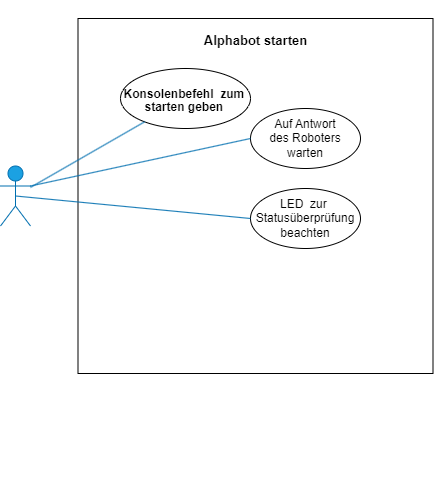
This is Documentation/requirements/images/use-case_1_Start.png from tBuddy00/Follow-Me-Roboter, a draw.io export, as it was before one commit. Source tidied: cells renumbered, new cells last; positions are measured from the earlier drawing's top-left corner, leaving out a move shared by most shapes. Source of this version:
```xml
<mxGraphModel>
  <root>
    <mxCell id="0" />
    <mxCell id="1" parent="0" />
    <mxCell id="2" style="whiteSpace=wrap;html=1;" parent="1" vertex="1">
      <mxGeometry x="77.5" width="355" height="355" as="geometry" />
    </mxCell>
    <mxCell id="3" value="Actor" style="shape=umlActor;verticalLabelPosition=bottom;verticalAlign=top;html=1;outlineConnect=0;fillColor=#1ba1e2;strokeColor=#006EAF;fontColor=#ffffff;gradientColor=none;" parent="1" vertex="1">
      <mxGeometry y="147.5" width="30" height="60" as="geometry" />
    </mxCell>
    <mxCell id="4" value="&lt;p style=&quot;line-height: 100%;&quot;&gt;&lt;font style=&quot;font-size: 13px;&quot;&gt;Alphabot starten&lt;/font&gt;&lt;/p&gt;" style="text;strokeColor=none;fillColor=none;html=1;fontSize=24;fontStyle=1;verticalAlign=middle;align=center;" parent="1" vertex="1">
      <mxGeometry x="220" y="10" width="70" height="20" as="geometry" />
    </mxCell>
    <mxCell id="5" style="ellipse;whiteSpace=wrap;html=1;" parent="1" vertex="1">
      <mxGeometry x="120" y="50" width="130" height="60" as="geometry" />
    </mxCell>
    <mxCell id="6" style="endArrow=none;html=1;rounded=0;fillColor=#1ba1e2;strokeColor=#006EAF;" parent="1" edge="1" source="3" target="5">
      <mxGeometry relative="1" as="geometry" />
    </mxCell>
    <mxCell id="7" value="&lt;p style=&quot;line-height: 30%;&quot;&gt;&lt;span style=&quot;font-size: 12px;&quot;&gt;Konsolenbefehl&amp;nbsp; zum&amp;nbsp;&lt;br&gt;starten geben&amp;nbsp;&lt;br&gt;&lt;/span&gt;&lt;/p&gt;" style="text;strokeColor=none;fillColor=none;html=1;fontSize=24;fontStyle=1;verticalAlign=middle;align=center;" parent="1" vertex="1">
      <mxGeometry x="130" y="60" width="110" height="40" as="geometry" />
    </mxCell>
    <mxCell id="8" style="ellipse;whiteSpace=wrap;html=1;" parent="1" vertex="1">
      <mxGeometry x="250" y="90" width="110" height="60" as="geometry" />
    </mxCell>
    <mxCell id="9" style="edgeStyle=orthogonalEdgeStyle;rounded=0;orthogonalLoop=1;jettySize=auto;html=1;exitX=0.5;exitY=1;exitDx=0;exitDy=0;" parent="1" edge="1">
      <mxGeometry relative="1" as="geometry">
        <mxPoint x="265" y="450" as="sourcePoint" />
        <mxPoint x="265" y="450" as="targetPoint" />
      </mxGeometry>
    </mxCell>
    <mxCell id="10" style="ellipse;whiteSpace=wrap;html=1;" parent="1" vertex="1">
      <mxGeometry x="250" y="170" width="110" height="60" as="geometry" />
    </mxCell>
    <mxCell id="11" style="endArrow=none;html=1;rounded=0;exitX=1;exitY=0.3333333333333333;exitDx=0;exitDy=0;exitPerimeter=0;entryX=0;entryY=0.5;entryDx=0;entryDy=0;fillColor=#1ba1e2;strokeColor=#006EAF;" parent="1" edge="1" source="3" target="8">
      <mxGeometry relative="1" as="geometry" />
    </mxCell>
    <mxCell id="12" value="Auf Antwort des Roboters warten" style="text;html=1;strokeColor=none;fillColor=none;align=center;verticalAlign=middle;whiteSpace=wrap;rounded=0;" parent="1" vertex="1">
      <mxGeometry x="265" y="105" width="80" height="30" as="geometry" />
    </mxCell>
    <mxCell id="13" value="LED&amp;nbsp; zur&amp;nbsp;&lt;br&gt;Statusüberprüfung&lt;br&gt;beachten" style="text;html=1;strokeColor=none;fillColor=none;align=center;verticalAlign=middle;whiteSpace=wrap;rounded=0;" parent="1" vertex="1">
      <mxGeometry x="275" y="185" width="60" height="30" as="geometry" />
    </mxCell>
    <mxCell id="14" style="endArrow=none;html=1;rounded=0;entryX=0;entryY=0.5;entryDx=0;entryDy=0;exitX=0.5;exitY=0.5;exitDx=0;exitDy=0;exitPerimeter=0;fillColor=#1ba1e2;strokeColor=#006EAF;" parent="1" edge="1" source="3" target="10">
      <mxGeometry relative="1" as="geometry" />
    </mxCell>
  </root>
</mxGraphModel>
```
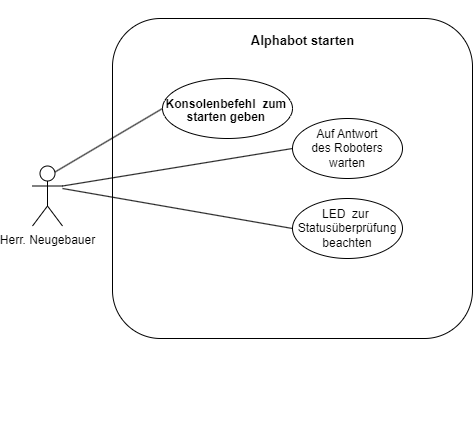
The same diagram one commit later.

Commit message:
Use case Überarbeitet

The edit, as a diff of the source:
```diff
@@ -1,48 +1,50 @@
-<mxGraphModel>
+<mxGraphModel background="#FFFFFF">
   <root>
     <mxCell id="0" />
     <mxCell id="1" parent="0" />
-    <mxCell id="2" style="whiteSpace=wrap;html=1;" parent="1" vertex="1">
-      <mxGeometry x="77.5" width="355" height="355" as="geometry" />
+    <mxCell id="2" style="whiteSpace=wrap;html=1;rounded=1;" parent="1" vertex="1">
+      <mxGeometry x="70" y="-10" width="360" height="320" as="geometry" />
     </mxCell>
-    <mxCell id="3" value="Actor" style="shape=umlActor;verticalLabelPosition=bottom;verticalAlign=top;html=1;outlineConnect=0;fillColor=#1ba1e2;strokeColor=#006EAF;fontColor=#ffffff;gradientColor=none;" parent="1" vertex="1">
-      <mxGeometry y="147.5" width="30" height="60" as="geometry" />
-    </mxCell>
-    <mxCell id="4" value="&lt;p style=&quot;line-height: 100%;&quot;&gt;&lt;font style=&quot;font-size: 13px;&quot;&gt;Alphabot starten&lt;/font&gt;&lt;/p&gt;" style="text;strokeColor=none;fillColor=none;html=1;fontSize=24;fontStyle=1;verticalAlign=middle;align=center;" parent="1" vertex="1">
-      <mxGeometry x="220" y="10" width="70" height="20" as="geometry" />
+    <mxCell id="4" value="&lt;p style=&quot;line-height: 100%;&quot;&gt;&lt;font style=&quot;font-size: 13px;&quot;&gt;Alphabot starten&lt;/font&gt;&lt;/p&gt;" style="text;strokeColor=none;fillColor=none;html=1;fontSize=24;fontStyle=1;verticalAlign=middle;align=center;rounded=1;" parent="1" vertex="1">
+      <mxGeometry x="225" width="70" height="20" as="geometry" />
     </mxCell>
-    <mxCell id="5" style="ellipse;whiteSpace=wrap;html=1;" parent="1" vertex="1">
+    <mxCell id="5" style="ellipse;whiteSpace=wrap;html=1;rounded=1;" parent="1" vertex="1">
       <mxGeometry x="120" y="50" width="130" height="60" as="geometry" />
     </mxCell>
-    <mxCell id="6" style="endArrow=none;html=1;rounded=0;fillColor=#1ba1e2;strokeColor=#006EAF;" parent="1" edge="1" source="3" target="5">
-      <mxGeometry relative="1" as="geometry" />
-    </mxCell>
-    <mxCell id="7" value="&lt;p style=&quot;line-height: 30%;&quot;&gt;&lt;span style=&quot;font-size: 12px;&quot;&gt;Konsolenbefehl&amp;nbsp; zum&amp;nbsp;&lt;br&gt;starten geben&amp;nbsp;&lt;br&gt;&lt;/span&gt;&lt;/p&gt;" style="text;strokeColor=none;fillColor=none;html=1;fontSize=24;fontStyle=1;verticalAlign=middle;align=center;" parent="1" vertex="1">
+    <mxCell id="7" value="&lt;p style=&quot;line-height: 30%;&quot;&gt;&lt;span style=&quot;font-size: 12px;&quot;&gt;Konsolenbefehl&amp;nbsp; zum&amp;nbsp;&lt;br&gt;starten geben&amp;nbsp;&lt;br&gt;&lt;/span&gt;&lt;/p&gt;" style="text;strokeColor=none;fillColor=none;html=1;fontSize=24;fontStyle=1;verticalAlign=middle;align=center;rounded=1;" parent="1" vertex="1">
       <mxGeometry x="130" y="60" width="110" height="40" as="geometry" />
     </mxCell>
-    <mxCell id="8" style="ellipse;whiteSpace=wrap;html=1;" parent="1" vertex="1">
+    <mxCell id="8" style="ellipse;whiteSpace=wrap;html=1;rounded=1;" parent="1" vertex="1">
       <mxGeometry x="250" y="90" width="110" height="60" as="geometry" />
     </mxCell>
-    <mxCell id="9" style="edgeStyle=orthogonalEdgeStyle;rounded=0;orthogonalLoop=1;jettySize=auto;html=1;exitX=0.5;exitY=1;exitDx=0;exitDy=0;" parent="1" edge="1">
+    <mxCell id="9" style="edgeStyle=orthogonalEdgeStyle;rounded=1;orthogonalLoop=1;jettySize=auto;html=1;exitX=0.5;exitY=1;exitDx=0;exitDy=0;" parent="1" edge="1">
       <mxGeometry relative="1" as="geometry">
-        <mxPoint x="265" y="450" as="sourcePoint" />
-        <mxPoint x="265" y="450" as="targetPoint" />
+        <mxPoint x="265" y="390" as="sourcePoint" />
+        <mxPoint x="265" y="390" as="targetPoint" />
       </mxGeometry>
     </mxCell>
-    <mxCell id="10" style="ellipse;whiteSpace=wrap;html=1;" parent="1" vertex="1">
+    <mxCell id="10" style="ellipse;whiteSpace=wrap;html=1;rounded=1;" parent="1" vertex="1">
       <mxGeometry x="250" y="170" width="110" height="60" as="geometry" />
     </mxCell>
-    <mxCell id="11" style="endArrow=none;html=1;rounded=0;exitX=1;exitY=0.3333333333333333;exitDx=0;exitDy=0;exitPerimeter=0;entryX=0;entryY=0.5;entryDx=0;entryDy=0;fillColor=#1ba1e2;strokeColor=#006EAF;" parent="1" edge="1" source="3" target="8">
-      <mxGeometry relative="1" as="geometry" />
-    </mxCell>
-    <mxCell id="12" value="Auf Antwort des Roboters warten" style="text;html=1;strokeColor=none;fillColor=none;align=center;verticalAlign=middle;whiteSpace=wrap;rounded=0;" parent="1" vertex="1">
+    <mxCell id="12" value="Auf Antwort des Roboters warten" style="text;html=1;strokeColor=none;fillColor=none;align=center;verticalAlign=middle;whiteSpace=wrap;rounded=1;" parent="1" vertex="1">
       <mxGeometry x="265" y="105" width="80" height="30" as="geometry" />
     </mxCell>
-    <mxCell id="13" value="LED&amp;nbsp; zur&amp;nbsp;&lt;br&gt;Statusüberprüfung&lt;br&gt;beachten" style="text;html=1;strokeColor=none;fillColor=none;align=center;verticalAlign=middle;whiteSpace=wrap;rounded=0;" parent="1" vertex="1">
+    <mxCell id="13" value="LED&amp;nbsp; zur&amp;nbsp;&lt;br&gt;Statusüberprüfung&lt;br&gt;beachten" style="text;html=1;strokeColor=none;fillColor=none;align=center;verticalAlign=middle;whiteSpace=wrap;rounded=1;" parent="1" vertex="1">
       <mxGeometry x="275" y="185" width="60" height="30" as="geometry" />
     </mxCell>
-    <mxCell id="14" style="endArrow=none;html=1;rounded=0;entryX=0;entryY=0.5;entryDx=0;entryDy=0;exitX=0.5;exitY=0.5;exitDx=0;exitDy=0;exitPerimeter=0;fillColor=#1ba1e2;strokeColor=#006EAF;" parent="1" edge="1" source="3" target="10">
-      <mxGeometry relative="1" as="geometry" />
-    </mxCell>
+    <mxCell id="15" value="&lt;font&gt;Herr. Neugebauer&lt;/font&gt;" style="shape=umlActor;verticalLabelPosition=bottom;verticalAlign=top;html=1;outlineConnect=0;rounded=1;fillColor=default;gradientColor=none;fontColor=#000000;" parent="1" vertex="1">
+      <mxGeometry x="-10" y="137.5" width="30" height="60" as="geometry" />
+    </mxCell>
+    <mxCell id="16" style="endArrow=none;html=1;rounded=1;exitX=0.75;exitY=0.1;exitDx=0;exitDy=0;exitPerimeter=0;entryX=0;entryY=0.5;entryDx=0;entryDy=0;" parent="1" edge="1" source="15" target="5">
+      <mxGeometry relative="1" as="geometry" />
+    </mxCell>
+    <mxCell id="17" style="endArrow=none;html=1;rounded=1;exitX=1;exitY=0.3333333333333333;exitDx=0;exitDy=0;exitPerimeter=0;entryX=0;entryY=0.5;entryDx=0;entryDy=0;" parent="1" edge="1" source="15" target="8">
+      <mxGeometry relative="1" as="geometry" />
+    </mxCell>
+    <mxCell id="18" style="endArrow=none;html=1;rounded=1;entryX=0;entryY=0.5;entryDx=0;entryDy=0;" parent="1" edge="1" target="10">
+      <mxGeometry relative="1" as="geometry">
+        <mxPoint x="20" y="160" as="sourcePoint" />
+      </mxGeometry>
+    </mxCell>
   </root>
 </mxGraphModel>
```
